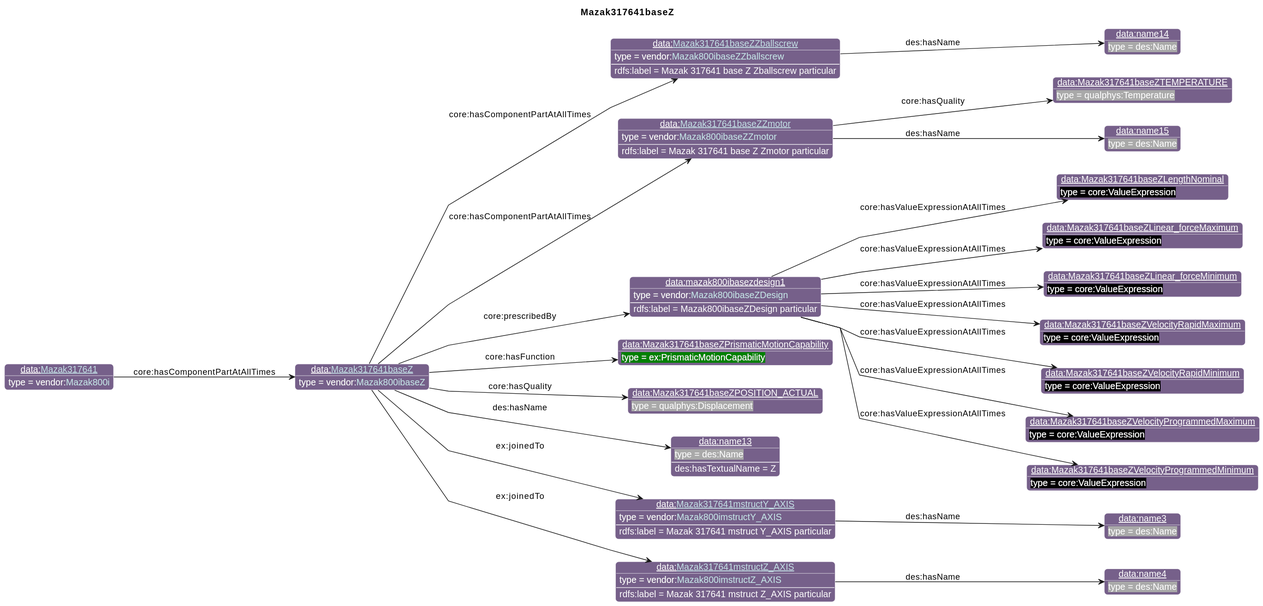
iofoundry/example-syseng-mtconnect keeps this PlantUML diagram as diagrams/Mazak317641baseZ.svg. Above is the earlier version.
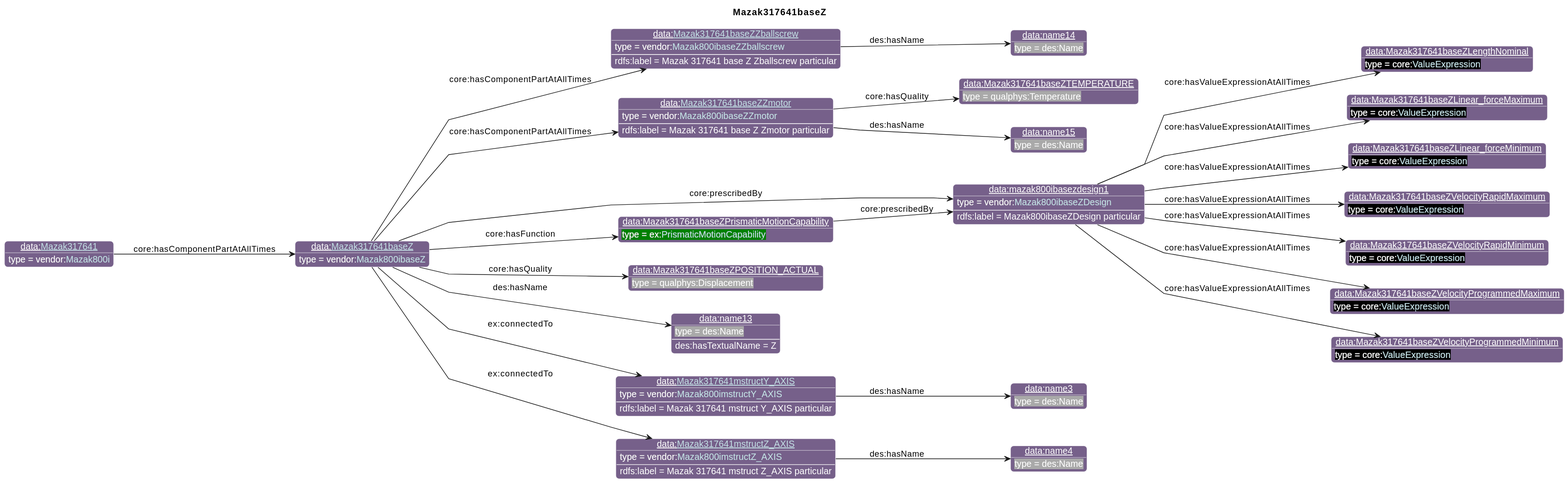
After the commit.

Change to the diagram source:
```diff
@@ -32,14 +32,14 @@
 individual(o4, data:Mazak317641baseZTEMPERATURE, qualphys:Temperature)
 individual(o5, data:name15, des:Name)
 individual(o6, data:mazak800ibasezdesign1, vendor:[[../Mazak.html#Mazak800ibaseZDesign Mazak800ibaseZDesign]])
-individual(o7, data:Mazak317641baseZLengthNominal, core:ValueExpression)
-individual(o8, data:Mazak317641baseZLinear_forceMaximum, core:ValueExpression)
-individual(o9, data:Mazak317641baseZLinear_forceMinimum, core:ValueExpression)
-individual(o10, data:Mazak317641baseZVelocityRapidMaximum, core:ValueExpression)
-individual(o11, data:Mazak317641baseZVelocityRapidMinimum, core:ValueExpression)
-individual(o12, data:Mazak317641baseZVelocityProgrammedMaximum, core:ValueExpression)
-individual(o13, data:Mazak317641baseZVelocityProgrammedMinimum, core:ValueExpression)
-individual(o14, data:Mazak317641baseZPrismaticMotionCapability, ex:PrismaticMotionCapability)
+individual(o7, data:Mazak317641baseZLengthNominal, core:[[https://spec.industrialontologies.org/ontology/core/Core/ValueExpression ValueExpression]])
+individual(o8, data:Mazak317641baseZLinear_forceMaximum, core:[[https://spec.industrialontologies.org/ontology/core/Core/ValueExpression ValueExpression]])
+individual(o9, data:Mazak317641baseZLinear_forceMinimum, core:[[https://spec.industrialontologies.org/ontology/core/Core/ValueExpression ValueExpression]])
+individual(o10, data:Mazak317641baseZVelocityRapidMaximum, core:[[https://spec.industrialontologies.org/ontology/core/Core/ValueExpression ValueExpression]])
+individual(o11, data:Mazak317641baseZVelocityRapidMinimum, core:[[https://spec.industrialontologies.org/ontology/core/Core/ValueExpression ValueExpression]])
+individual(o12, data:Mazak317641baseZVelocityProgrammedMaximum, core:[[https://spec.industrialontologies.org/ontology/core/Core/ValueExpression ValueExpression]])
+individual(o13, data:Mazak317641baseZVelocityProgrammedMinimum, core:[[https://spec.industrialontologies.org/ontology/core/Core/ValueExpression ValueExpression]])
+individual(o14, data:Mazak317641baseZPrismaticMotionCapability, ex:[[../Example.html#PrismaticMotionCapability PrismaticMotionCapability]])
 individual(o15, data:Mazak317641baseZPOSITION_ACTUAL, qualphys:Displacement)
 individual(o16, data:name13, des:Name)
 individual(o17, data:[[./Mazak317641mstructY_AXIS.html Mazak317641mstructY_AXIS]], vendor:[[../Mazak.html#Mazak800imstructY_AXIS Mazak800imstructY_AXIS]])
@@ -64,13 +64,14 @@
 property(o6, "core:hasValueExpressionAtAllTimes", o12)
 property(o6, "core:hasValueExpressionAtAllTimes", o13)
 property(o0, "core:hasFunction", o14)
+property(o14, "core:prescribedBy", o6)
 property(o0, "core:hasQuality", o15)
 property(o0, "des:hasName", o16)
 data(o16, "des:hasTextualName", "Z")
-property(o0, "ex:joinedTo", o17)
+property(o0, "ex:connectedTo", o17)
 data(o17, "rdfs:label", "Mazak 317641 mstruct Y_AXIS particular")
 property(o17, "des:hasName", o18)
-property(o0, "ex:joinedTo", o19)
+property(o0, "ex:connectedTo", o19)
 data(o19, "rdfs:label", "Mazak 317641 mstruct Z_AXIS particular")
 property(o19, "des:hasName", o20)
 property(o21, "core:hasComponentPartAtAllTimes", o0)
```
